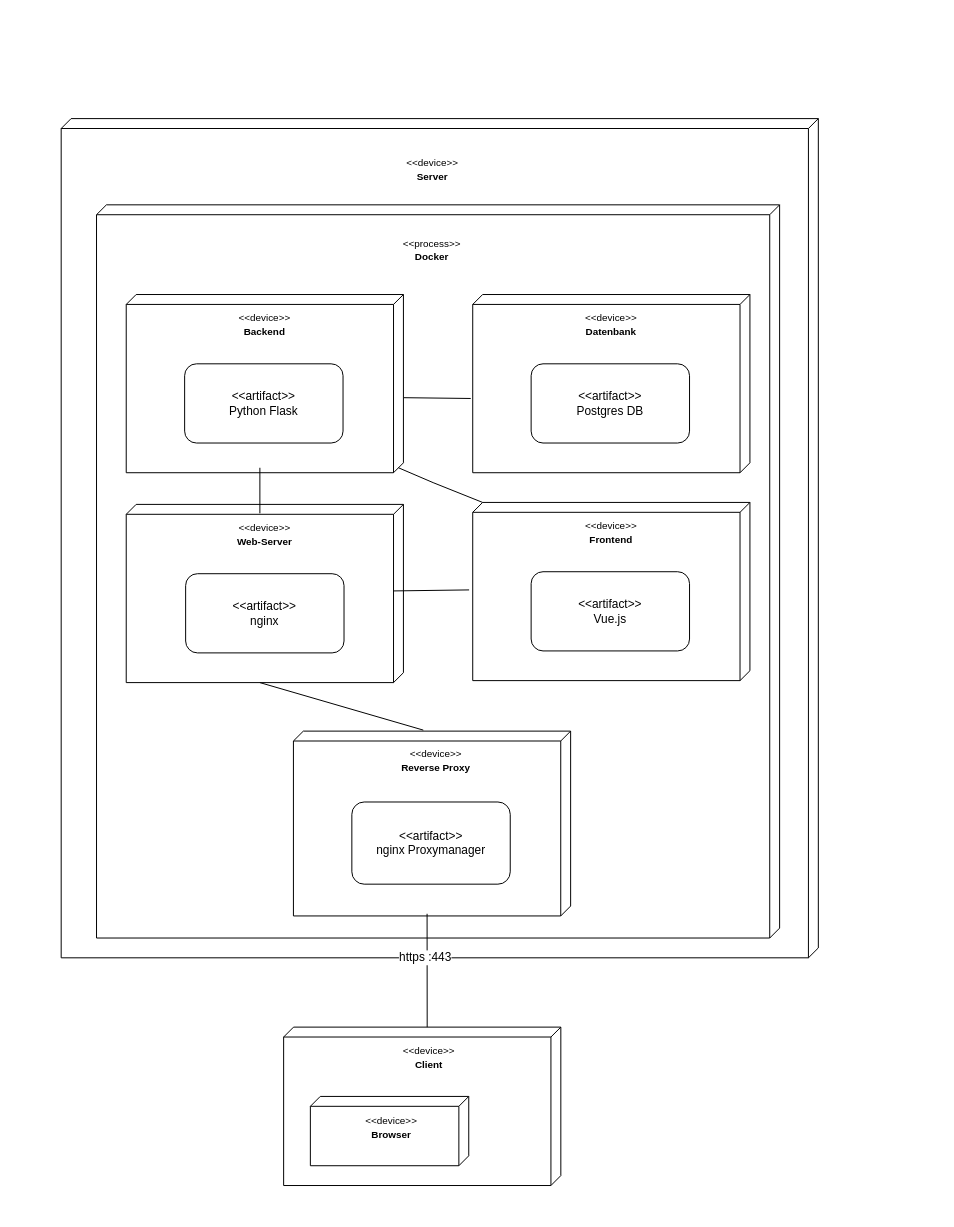
Earlier version of the draw.io diagram Sprint-0/Deployment-Diagram/Deployment-Diagram.drawio (AllCatchingEye/School-Hackathon). Source tidied: cells renumbered, new cells numbered last; positions are measured from the earlier drawing's top-left corner, leaving out a move shared by most shapes. Both pictures are drawn from the tidied source at 99%, with x=0, y=0 at pixel (17, 17).
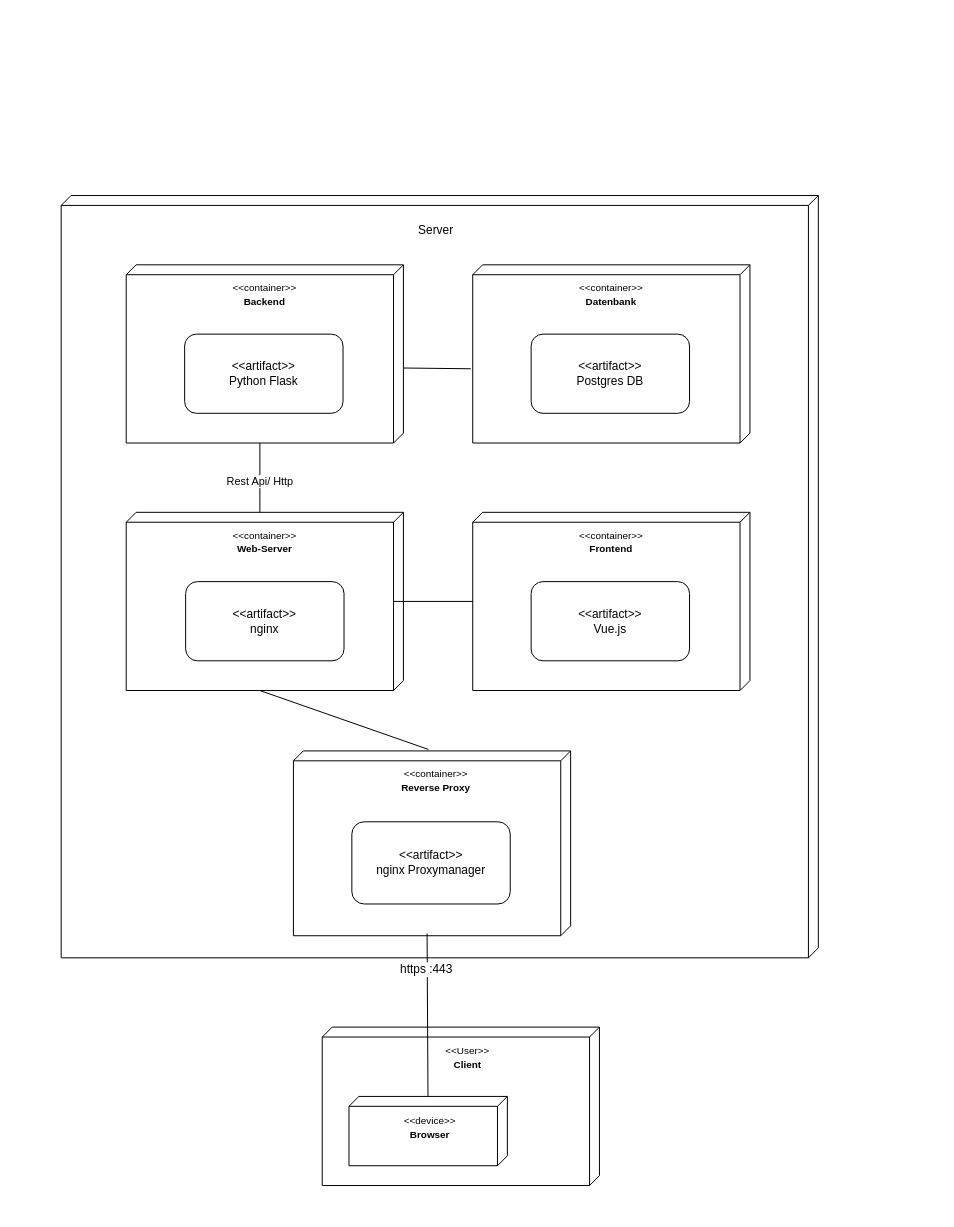
After the change.

Unchanged cells that the change refers to:
```xml
<mxCell id="9" style="verticalAlign=top;align=left;shape=cube;size=10;direction=south;fontStyle=0;html=1;boundedLbl=1;spacingLeft=5;" parent="8" vertex="1">
  <mxGeometry width="280" height="180" as="geometry" />
</mxCell>
<mxCell id="13" style="verticalAlign=top;align=left;shape=cube;size=10;direction=south;fontStyle=0;html=1;boundedLbl=1;spacingLeft=5;" parent="12" vertex="1">
  <mxGeometry width="280" height="180" as="geometry" />
</mxCell>
<mxCell id="17" style="verticalAlign=top;align=left;shape=cube;size=10;direction=south;fontStyle=0;html=1;boundedLbl=1;spacingLeft=5;" parent="16" vertex="1">
  <mxGeometry y="1" width="280" height="186.7" as="geometry" />
</mxCell>
<mxCell id="32" style="verticalAlign=top;align=left;shape=cube;size=10;direction=south;fontStyle=0;html=1;boundedLbl=1;spacingLeft=5;" parent="31" vertex="1">
  <mxGeometry x="-3" width="280" height="160" as="geometry" />
</mxCell>
<mxCell id="35" style="verticalAlign=top;align=left;shape=cube;size=10;direction=south;fontStyle=0;html=1;boundedLbl=1;spacingLeft=5;" parent="34" vertex="1">
  <mxGeometry width="160" height="70" as="geometry" />
</mxCell>
```

The edit, as a diff of the source:
```diff
@@
     <mxCell id="2" style="group;" parent="1" vertex="1">
-      <mxGeometry width="920" height="950" as="geometry" />
+      <mxGeometry width="930" height="950" as="geometry" />
     </mxCell>
     <mxCell id="3" style="verticalAlign=top;align=left;shape=cube;size=10;direction=south;fontStyle=0;html=1;boundedLbl=1;spacingLeft=5;" parent="2" vertex="1">
-      <mxGeometry x="44.3" y="102.3" width="764.8" height="847.7" as="geometry" />
+      <mxGeometry x="44.3" y="180" width="764.8" height="770" as="geometry" />
     </mxCell>
-    <mxCell id="4" value="&lt;div style=&quot;font-size: 10px&quot;&gt;&lt;font style=&quot;font-size: 10px&quot;&gt;&amp;lt;&amp;lt;device&amp;gt;&amp;gt;&lt;/font&gt;&lt;/div&gt;&lt;font style=&quot;font-size: 10px&quot;&gt;&lt;b&gt;Server&lt;/b&gt;&lt;br&gt;&lt;/font&gt;" style="text;html=1;strokeColor=none;fillColor=none;align=center;verticalAlign=middle;whiteSpace=wrap;rounded=0;" parent="2" vertex="1">
-      <mxGeometry x="321.4" y="76.2" width="197.1" height="158.3" as="geometry" />
-    </mxCell>
-    <mxCell id="5" style="group;" parent="1" vertex="1">
-      <mxGeometry x="40" y="100" width="830" height="830" as="geometry" />
-    </mxCell>
-    <mxCell id="6" style="verticalAlign=top;align=left;shape=cube;size=10;direction=south;fontStyle=0;html=1;boundedLbl=1;spacingLeft=5;" parent="5" vertex="1">
-      <mxGeometry x="40" y="89.4" width="690" height="740.6" as="geometry" />
-    </mxCell>
-    <mxCell id="7" value="&lt;div style=&quot;font-size: 10px&quot;&gt;&lt;font style=&quot;font-size: 10px&quot;&gt;&amp;lt;&amp;lt;process&amp;gt;&amp;gt;&lt;/font&gt;&lt;/div&gt;&lt;font style=&quot;font-size: 10px&quot;&gt;&lt;b&gt;Docker&lt;/b&gt;&lt;br&gt;&lt;/font&gt;" style="text;html=1;strokeColor=none;fillColor=none;align=center;verticalAlign=middle;whiteSpace=wrap;rounded=0;" parent="5" vertex="1">
-      <mxGeometry x="290" y="66.6" width="177.9" height="138.3" as="geometry" />
-    </mxCell>
+    <mxCell id="20" style="group;" parent="2" vertex="1">
+      <mxGeometry x="110" y="500" width="280" height="180" as="geometry" />
+    </mxCell>
+    <mxCell id="21" style="verticalAlign=top;align=left;shape=cube;size=10;direction=south;fontStyle=0;html=1;boundedLbl=1;spacingLeft=5;" parent="20" vertex="1">
+      <mxGeometry width="280" height="180" as="geometry" />
+    </mxCell>
+    <mxCell id="22" value="&lt;div style=&quot;font-size: 10px&quot;&gt;&lt;font style=&quot;font-size: 10px&quot;&gt;&amp;lt;&amp;lt;container&amp;gt;&amp;gt;&lt;/font&gt;&lt;/div&gt;&lt;font style=&quot;font-size: 10px&quot;&gt;&lt;b&gt;Web-Server&lt;/b&gt;&lt;br&gt;&lt;/font&gt;" style="text;html=1;strokeColor=none;fillColor=none;align=center;verticalAlign=middle;whiteSpace=wrap;rounded=0;" parent="20" vertex="1">
+      <mxGeometry x="110" y="16" width="60" height="30" as="geometry" />
+    </mxCell>
+    <mxCell id="23" value="&lt;div style=&quot;font-size: 12px&quot; align=&quot;center&quot;&gt;&lt;font style=&quot;font-size: 12px&quot;&gt;&amp;lt;&amp;lt;artifact&amp;gt;&amp;gt;&lt;/font&gt;&lt;/div&gt;&lt;div style=&quot;font-size: 12px&quot; align=&quot;center&quot;&gt;&lt;font style=&quot;font-size: 12px&quot;&gt;nginx&lt;br&gt;&lt;/font&gt;&lt;/div&gt;" style="rounded=1;whiteSpace=wrap;html=1;fontSize=10;" parent="20" vertex="1">
+      <mxGeometry x="60" y="70" width="160" height="80" as="geometry" />
+    </mxCell>
-    <mxCell id="8" style="group;" parent="5" vertex="1">
-      <mxGeometry x="420" y="390" width="280" height="180" as="geometry" />
+    <mxCell id="8" style="group;" parent="2" vertex="1">
+      <mxGeometry x="460" y="500" width="280" height="180" as="geometry" />
     </mxCell>
@@
-    <mxCell id="10" value="&lt;div style=&quot;font-size: 10px&quot;&gt;&lt;font style=&quot;font-size: 10px&quot;&gt;&amp;lt;&amp;lt;device&amp;gt;&amp;gt;&lt;/font&gt;&lt;/div&gt;&lt;font style=&quot;font-size: 10px&quot;&gt;&lt;b&gt;Frontend&lt;/b&gt;&lt;br&gt;&lt;/font&gt;" style="text;html=1;strokeColor=none;fillColor=none;align=center;verticalAlign=middle;whiteSpace=wrap;rounded=0;" parent="8" vertex="1">
+    <mxCell id="10" value="&lt;div style=&quot;font-size: 10px&quot;&gt;&lt;font style=&quot;font-size: 10px&quot;&gt;&amp;lt;&amp;lt;container&amp;gt;&amp;gt;&lt;/font&gt;&lt;/div&gt;&lt;font style=&quot;font-size: 10px&quot;&gt;&lt;b&gt;Frontend&lt;/b&gt;&lt;br&gt;&lt;/font&gt;" style="text;html=1;strokeColor=none;fillColor=none;align=center;verticalAlign=middle;whiteSpace=wrap;rounded=0;" parent="8" vertex="1">
       <mxGeometry x="110" y="16" width="60" height="30" as="geometry" />
     </mxCell>
@@
+    <mxCell id="5" style="group;" parent="1" vertex="1">
+      <mxGeometry x="40" y="100" width="830" height="830" as="geometry" />
+    </mxCell>
     <mxCell id="12" style="group;" parent="5" vertex="1">
-      <mxGeometry x="70" y="180" width="280" height="180" as="geometry" />
+      <mxGeometry x="70" y="150" width="280" height="180" as="geometry" />
     </mxCell>
@@
-    <mxCell id="14" value="&lt;div style=&quot;font-size: 10px&quot;&gt;&lt;font style=&quot;font-size: 10px&quot;&gt;&amp;lt;&amp;lt;device&amp;gt;&amp;gt;&lt;/font&gt;&lt;/div&gt;&lt;font style=&quot;font-size: 10px&quot;&gt;&lt;b&gt;Backend&lt;/b&gt;&lt;br&gt;&lt;/font&gt;" style="text;html=1;strokeColor=none;fillColor=none;align=center;verticalAlign=middle;whiteSpace=wrap;rounded=0;" parent="12" vertex="1">
+    <mxCell id="14" value="&lt;div style=&quot;font-size: 10px&quot;&gt;&lt;font style=&quot;font-size: 10px&quot;&gt;&amp;lt;&amp;lt;container&amp;gt;&amp;gt;&lt;/font&gt;&lt;/div&gt;&lt;font style=&quot;font-size: 10px&quot;&gt;&lt;b&gt;Backend&lt;/b&gt;&lt;br&gt;&lt;/font&gt;" style="text;html=1;strokeColor=none;fillColor=none;align=center;verticalAlign=middle;whiteSpace=wrap;rounded=0;" parent="12" vertex="1">
       <mxGeometry x="110" y="16" width="60" height="30" as="geometry" />
     </mxCell>
@@
     <mxCell id="16" style="group;" parent="5" vertex="1">
-      <mxGeometry x="238.9" y="620" width="280" height="186.7" as="geometry" />
+      <mxGeometry x="238.9" y="640" width="280" height="186.7" as="geometry" />
     </mxCell>
@@
-    <mxCell id="18" value="&lt;div style=&quot;font-size: 10px&quot;&gt;&lt;font style=&quot;font-size: 10px&quot;&gt;&amp;lt;&amp;lt;device&amp;gt;&amp;gt;&lt;/font&gt;&lt;/div&gt;&lt;font style=&quot;font-size: 10px&quot;&gt;&lt;b&gt;Reverse Proxy&lt;/b&gt;&lt;br&gt;&lt;/font&gt;" style="text;html=1;strokeColor=none;fillColor=none;align=center;verticalAlign=middle;whiteSpace=wrap;rounded=0;" parent="16" vertex="1">
+    <mxCell id="18" value="&lt;div style=&quot;font-size: 10px&quot;&gt;&lt;font style=&quot;font-size: 10px&quot;&gt;&amp;lt;&amp;lt;container&amp;gt;&amp;gt;&lt;/font&gt;&lt;/div&gt;&lt;font style=&quot;font-size: 10px&quot;&gt;&lt;b&gt;Reverse Proxy&lt;/b&gt;&lt;br&gt;&lt;/font&gt;" style="text;html=1;strokeColor=none;fillColor=none;align=center;verticalAlign=middle;whiteSpace=wrap;rounded=0;" parent="16" vertex="1">
       <mxGeometry x="104" y="16.6" width="80" height="31.1" as="geometry" />
     </mxCell>
@@
-    <mxCell id="20" style="group;" parent="16" vertex="1">
-      <mxGeometry x="-168.9" y="-228" width="280" height="180" as="geometry" />
-    </mxCell>
-    <mxCell id="21" style="verticalAlign=top;align=left;shape=cube;size=10;direction=south;fontStyle=0;html=1;boundedLbl=1;spacingLeft=5;" parent="20" vertex="1">
-      <mxGeometry width="280" height="180" as="geometry" />
-    </mxCell>
-    <mxCell id="22" value="&lt;div style=&quot;font-size: 10px&quot;&gt;&lt;font style=&quot;font-size: 10px&quot;&gt;&amp;lt;&amp;lt;device&amp;gt;&amp;gt;&lt;/font&gt;&lt;/div&gt;&lt;font style=&quot;font-size: 10px&quot;&gt;&lt;b&gt;Web-Server&lt;/b&gt;&lt;br&gt;&lt;/font&gt;" style="text;html=1;strokeColor=none;fillColor=none;align=center;verticalAlign=middle;whiteSpace=wrap;rounded=0;" parent="20" vertex="1">
-      <mxGeometry x="110" y="16" width="60" height="30" as="geometry" />
-    </mxCell>
-    <mxCell id="23" value="&lt;div style=&quot;font-size: 12px&quot; align=&quot;center&quot;&gt;&lt;font style=&quot;font-size: 12px&quot;&gt;&amp;lt;&amp;lt;artifact&amp;gt;&amp;gt;&lt;/font&gt;&lt;/div&gt;&lt;div style=&quot;font-size: 12px&quot; align=&quot;center&quot;&gt;&lt;font style=&quot;font-size: 12px&quot;&gt;nginx&lt;br&gt;&lt;/font&gt;&lt;/div&gt;" style="rounded=1;whiteSpace=wrap;html=1;fontSize=10;" parent="20" vertex="1">
-      <mxGeometry x="60" y="70" width="160" height="80" as="geometry" />
-    </mxCell>
-    <mxCell id="24" style="rounded=0;jettySize=auto;html=1;exitX=0;exitY=0;exitDx=180;exitDy=145;exitPerimeter=0;entryX=0;entryY=0;entryDx=0;entryDy=135;entryPerimeter=0;fontSize=12;endArrow=none;endFill=0;" parent="5" edge="1" source="21">
-      <mxGeometry relative="1" as="geometry">
-        <mxPoint x="370.1" y="620" as="targetPoint" />
-      </mxGeometry>
-    </mxCell>
-    <mxCell id="25" style="rounded=0;jettySize=auto;html=1;exitX=0.491;exitY=1.013;exitDx=0;exitDy=0;exitPerimeter=0;entryX=0.579;entryY=-0.002;entryDx=0;entryDy=0;fontSize=12;endArrow=none;endFill=0;entryPerimeter=0;" parent="5" edge="1" source="9">
-      <mxGeometry relative="1" as="geometry">
-        <mxPoint x="340" y="479.4" as="targetPoint" />
-      </mxGeometry>
-    </mxCell>
-    <mxCell id="26" style="rounded=0;jettySize=auto;html=1;exitX=0;exitY=0;exitDx=175;exitDy=5;exitPerimeter=0;entryX=0;entryY=0;entryDx=0;entryDy=270;fontSize=12;endArrow=none;endFill=0;entryPerimeter=0;" parent="5" edge="1" source="13" target="9">
-      <mxGeometry relative="1" as="geometry">
-        <Array as="points">
-          <mxPoint x="380" y="370" />
-        </Array>
-      </mxGeometry>
-    </mxCell>
+    <mxCell id="41" value="Server" style="text;html=1;strokeColor=none;fillColor=none;align=center;verticalAlign=middle;whiteSpace=wrap;rounded=0;" parent="5" vertex="1">
+      <mxGeometry x="353" y="100" width="60" height="30" as="geometry" />
+    </mxCell>
     <mxCell id="27" style="group;" parent="1" vertex="1">
-      <mxGeometry x="460" y="280" width="280" height="180" as="geometry" />
+      <mxGeometry x="460" y="250" width="280" height="180" as="geometry" />
     </mxCell>
@@
-    <mxCell id="29" value="&lt;div style=&quot;font-size: 10px&quot;&gt;&lt;font style=&quot;font-size: 10px&quot;&gt;&amp;lt;&amp;lt;device&amp;gt;&amp;gt;&lt;/font&gt;&lt;/div&gt;&lt;font style=&quot;font-size: 10px&quot;&gt;&lt;b&gt;Datenbank&lt;/b&gt;&lt;br&gt;&lt;/font&gt;" style="text;html=1;strokeColor=none;fillColor=none;align=center;verticalAlign=middle;whiteSpace=wrap;rounded=0;" parent="27" vertex="1">
+    <mxCell id="29" value="&lt;div style=&quot;font-size: 10px&quot;&gt;&lt;font style=&quot;font-size: 10px&quot;&gt;&amp;lt;&amp;lt;container&amp;gt;&amp;gt;&lt;/font&gt;&lt;/div&gt;&lt;font style=&quot;font-size: 10px&quot;&gt;&lt;b&gt;Datenbank&lt;/b&gt;&lt;br&gt;&lt;/font&gt;" style="text;html=1;strokeColor=none;fillColor=none;align=center;verticalAlign=middle;whiteSpace=wrap;rounded=0;" parent="27" vertex="1">
       <mxGeometry x="110" y="16" width="60" height="30" as="geometry" />
     </mxCell>
@@
     <mxCell id="31" style="group;" parent="1" vertex="1">
-      <mxGeometry x="272" y="1020" width="280" height="184.5" as="geometry" />
+      <mxGeometry x="311" y="1020" width="280" height="184.5" as="geometry" />
     </mxCell>
@@
-    <mxCell id="33" value="&lt;div style=&quot;font-size: 10px&quot;&gt;&lt;font style=&quot;font-size: 10px&quot;&gt;&amp;lt;&amp;lt;device&amp;gt;&amp;gt;&lt;/font&gt;&lt;/div&gt;&lt;font style=&quot;font-size: 10px&quot;&gt;&lt;b&gt;Client&lt;/b&gt;&lt;br&gt;&lt;/font&gt;" style="text;html=1;strokeColor=none;fillColor=none;align=center;verticalAlign=middle;whiteSpace=wrap;rounded=0;" parent="31" vertex="1">
+    <mxCell id="33" value="&lt;div style=&quot;font-size: 10px&quot;&gt;&lt;font style=&quot;font-size: 10px&quot;&gt;&amp;lt;&amp;lt;User&amp;gt;&amp;gt;&lt;/font&gt;&lt;/div&gt;&lt;font style=&quot;font-size: 10px&quot;&gt;&lt;b&gt;Client&lt;/b&gt;&lt;br&gt;&lt;/font&gt;" style="text;html=1;strokeColor=none;fillColor=none;align=center;verticalAlign=middle;whiteSpace=wrap;rounded=0;" parent="31" vertex="1">
       <mxGeometry x="104" y="16.4" width="80" height="30.7" as="geometry" />
     </mxCell>
@@
-    <mxCell id="37" style="rounded=0;jettySize=auto;html=1;exitX=0;exitY=0;exitDx=184.49999999999997;exitDy=145;exitPerimeter=0;entryX=0;entryY=0;entryDx=0;entryDy=135;entryPerimeter=0;fontSize=12;endArrow=none;endFill=0;" parent="1" edge="1" source="17" target="32">
+    <mxCell id="37" style="rounded=0;jettySize=auto;html=1;exitX=0;exitY=0;exitDx=184.49999999999997;exitDy=145;exitPerimeter=0;fontSize=12;endArrow=none;endFill=0;" parent="1" edge="1" source="17" target="35">
       <mxGeometry relative="1" as="geometry" />
     </mxCell>
     <mxCell id="38" value="https :443" style="edgeLabel;html=1;align=center;verticalAlign=middle;fontSize=12;" parent="37" vertex="1">
-      <mxGeometry x="-0.23" y="-2" relative="1" as="geometry" />
+      <mxGeometry x="-0.23" y="-2" relative="1" as="geometry">
+        <mxPoint y="-27" as="offset" />
+      </mxGeometry>
     </mxCell>
-    <mxCell id="39" style="rounded=0;orthogonalLoop=1;jettySize=auto;html=1;exitX=0;exitY=0;exitDx=180;exitDy=145;exitPerimeter=0;entryX=0.25;entryY=0;entryDx=0;entryDy=0;fontSize=12;endArrow=none;endFill=0;" parent="1" edge="1">
-      <mxGeometry relative="1" as="geometry">
-        <mxPoint x="245" y="455" as="sourcePoint" />
-        <mxPoint x="245" y="501" as="targetPoint" />
-      </mxGeometry>
-    </mxCell>
     <mxCell id="40" style="rounded=0;jettySize=auto;html=1;exitX=0;exitY=0;exitDx=180;exitDy=145;exitPerimeter=0;entryX=0.579;entryY=-0.002;entryDx=0;entryDy=0;fontSize=12;endArrow=none;endFill=0;entryPerimeter=0;" parent="1" edge="1" target="13">
       <mxGeometry relative="1" as="geometry">
-        <mxPoint x="458" y="385" as="sourcePoint" />
+        <mxPoint x="458" y="355" as="sourcePoint" />
       </mxGeometry>
     </mxCell>
+    <mxCell id="26" style="rounded=0;jettySize=auto;html=1;exitX=0;exitY=0;exitDx=180;exitDy=145;exitPerimeter=0;fontSize=12;endArrow=none;endFill=0;" parent="1" edge="1" source="13">
+      <mxGeometry relative="1" as="geometry">
+        <mxPoint x="245" y="500" as="targetPoint" />
+      </mxGeometry>
+    </mxCell>
+    <mxCell id="42" value="Rest Api/ Http" style="edgeLabel;html=1;align=center;verticalAlign=middle;" parent="26" vertex="1">
+      <mxGeometry x="0.08" y="-1" relative="1" as="geometry" />
+    </mxCell>
+    <mxCell id="24" style="rounded=0;jettySize=auto;html=1;exitX=0;exitY=0;exitDx=180;exitDy=145;exitPerimeter=0;entryX=-0.008;entryY=0.513;entryDx=0;entryDy=0;entryPerimeter=0;fontSize=12;endArrow=none;endFill=0;" parent="1" edge="1" source="21" target="17">
+      <mxGeometry relative="1" as="geometry" />
+    </mxCell>
+    <mxCell id="25" style="rounded=0;jettySize=auto;html=1;fontSize=12;endArrow=none;endFill=0;" parent="1" edge="1" source="9">
+      <mxGeometry relative="1" as="geometry">
+        <mxPoint x="380" y="590" as="targetPoint" />
+      </mxGeometry>
+    </mxCell>
```
